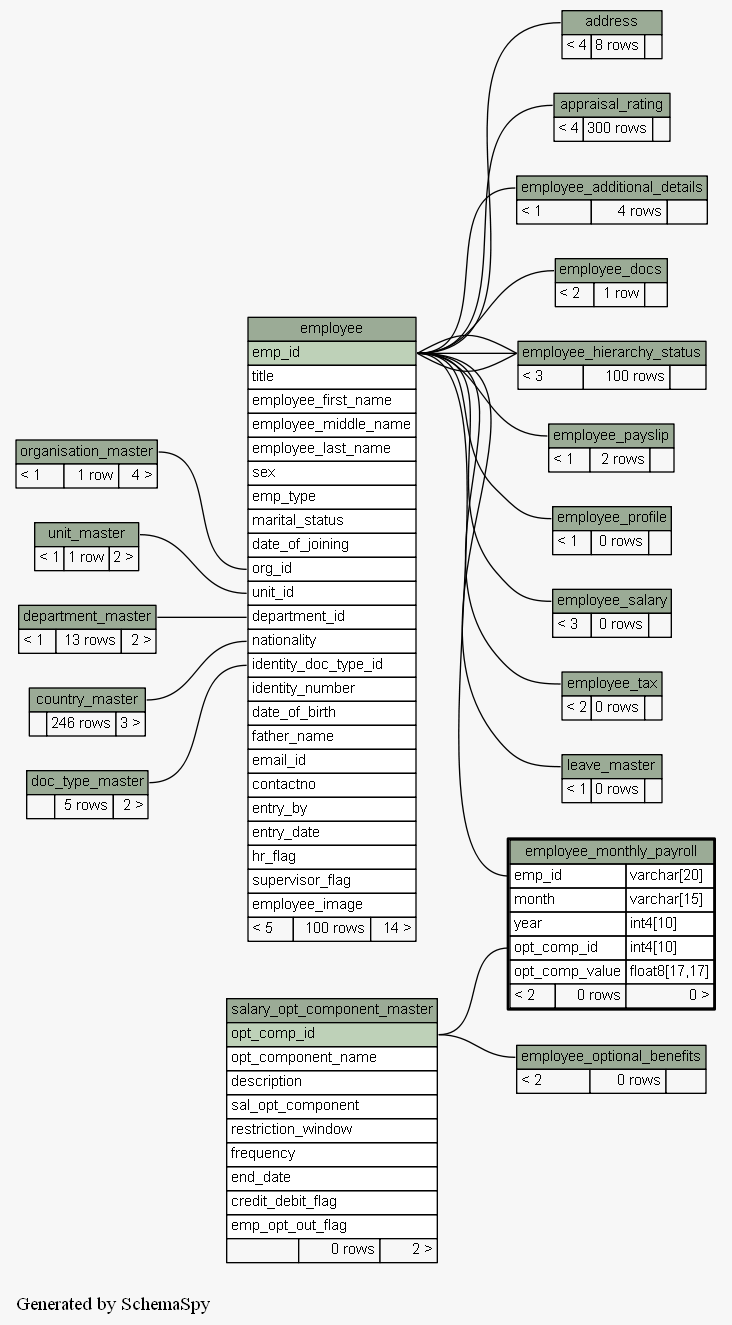
engineerscraft/hrms keeps this Graphviz diagram as docs/database/schemaspy/graphs/employee_monthly_payroll.2degrees.png. Above is the earlier version. Its source is kept beside it as docs/database/schemaspy/graphs/employee_monthly_payroll.1degree.dot.
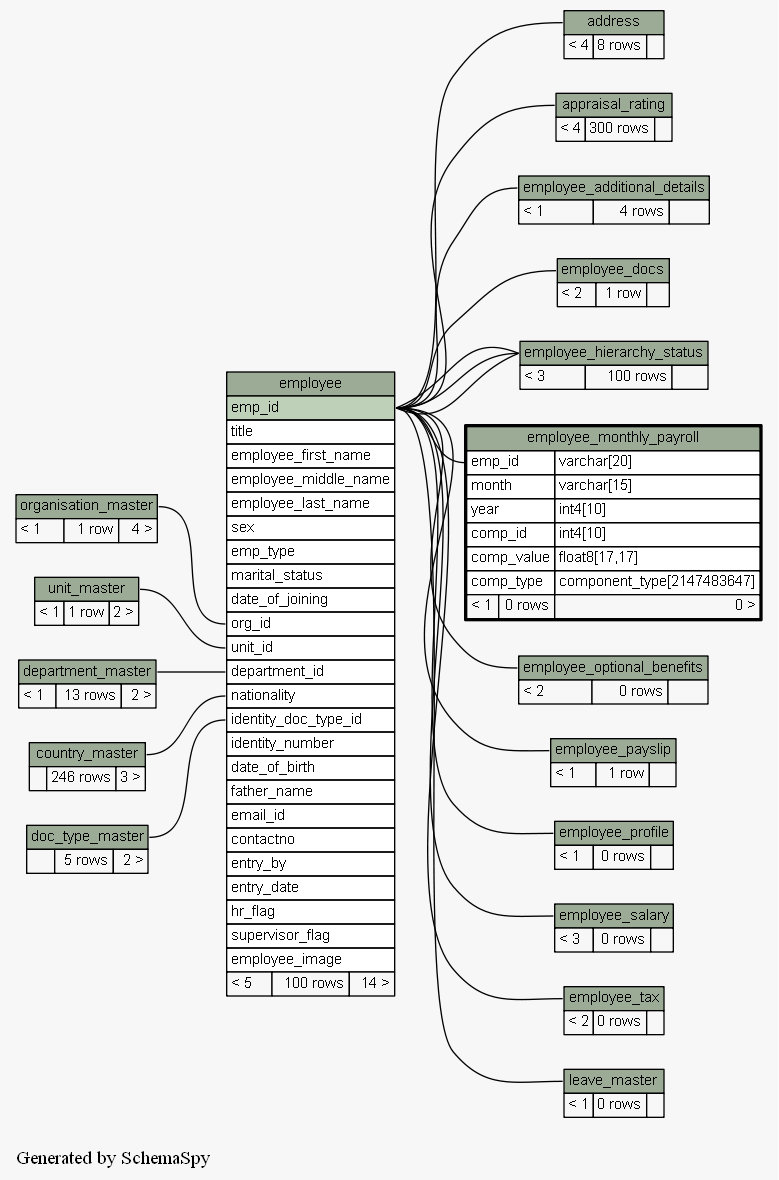
Above is the later version.

Change to the diagram source:
```diff
@@ -14,7 +14,6 @@
     arrowsize="0.8"
   ];
   "employee_monthly_payroll":"emp_id":w -> "employee":"emp_id":e [arrowtail=crowodot arrowhead=none];
-  "employee_monthly_payroll":"opt_comp_id":w -> "salary_opt_component_master":"opt_comp_id":e [arrowtail=crowodot arrowhead=none];
   "employee" [
     label=<
     <TABLE BORDER="0" CELLBORDER="1" CELLSPACING="0" BGCOLOR="#ffffff">
@@ -55,29 +54,12 @@
       <TR><TD PORT="emp_id" COLSPAN="2" ALIGN="LEFT">emp_id</TD><TD PORT="emp_id.type" ALIGN="LEFT">varchar[20]</TD></TR>
       <TR><TD PORT="month" COLSPAN="2" ALIGN="LEFT">month</TD><TD PORT="month.type" ALIGN="LEFT">varchar[15]</TD></TR>
       <TR><TD PORT="year" COLSPAN="2" ALIGN="LEFT">year</TD><TD PORT="year.type" ALIGN="LEFT">int4[10]</TD></TR>
-      <TR><TD PORT="opt_comp_id" COLSPAN="2" ALIGN="LEFT">opt_comp_id</TD><TD PORT="opt_comp_id.type" ALIGN="LEFT">int4[10]</TD></TR>
-      <TR><TD PORT="opt_comp_value" COLSPAN="2" ALIGN="LEFT">opt_comp_value</TD><TD PORT="opt_comp_value.type" ALIGN="LEFT">float8[17,17]</TD></TR>
-      <TR><TD ALIGN="LEFT" BGCOLOR="#f7f7f7">&lt; 2</TD><TD ALIGN="RIGHT" BGCOLOR="#f7f7f7">0 rows</TD><TD ALIGN="RIGHT" BGCOLOR="#f7f7f7">0 &gt;</TD></TR>
+      <TR><TD PORT="comp_id" COLSPAN="2" ALIGN="LEFT">comp_id</TD><TD PORT="comp_id.type" ALIGN="LEFT">int4[10]</TD></TR>
+      <TR><TD PORT="comp_value" COLSPAN="2" ALIGN="LEFT">comp_value</TD><TD PORT="comp_value.type" ALIGN="LEFT">float8[17,17]</TD></TR>
+      <TR><TD PORT="comp_type" COLSPAN="2" ALIGN="LEFT">comp_type</TD><TD PORT="comp_type.type" ALIGN="LEFT">component_type[2147483647]</TD></TR>
+      <TR><TD ALIGN="LEFT" BGCOLOR="#f7f7f7">&lt; 1</TD><TD ALIGN="RIGHT" BGCOLOR="#f7f7f7">0 rows</TD><TD ALIGN="RIGHT" BGCOLOR="#f7f7f7">0 &gt;</TD></TR>
     </TABLE>>
     URL="employee_monthly_payroll.html#"
     tooltip="employee_monthly_payroll"
   ];
-  "salary_opt_component_master" [
-    label=<
-    <TABLE BORDER="0" CELLBORDER="1" CELLSPACING="0" BGCOLOR="#ffffff">
-      <TR><TD PORT="salary_opt_component_master.heading" COLSPAN="3" BGCOLOR="#9bab96" ALIGN="CENTER">salary_opt_component_master</TD></TR>
-      <TR><TD PORT="opt_comp_id" COLSPAN="3" BGCOLOR="#bed1b8" ALIGN="LEFT">opt_comp_id</TD></TR>
-      <TR><TD PORT="opt_component_name" COLSPAN="3" ALIGN="LEFT">opt_component_name</TD></TR>
-      <TR><TD PORT="description" COLSPAN="3" ALIGN="LEFT">description</TD></TR>
-      <TR><TD PORT="sal_opt_component" COLSPAN="3" ALIGN="LEFT">sal_opt_component</TD></TR>
-      <TR><TD PORT="restriction_window" COLSPAN="3" ALIGN="LEFT">restriction_window</TD></TR>
-      <TR><TD PORT="frequency" COLSPAN="3" ALIGN="LEFT">frequency</TD></TR>
-      <TR><TD PORT="end_date" COLSPAN="3" ALIGN="LEFT">end_date</TD></TR>
-      <TR><TD PORT="credit_debit_flag" COLSPAN="3" ALIGN="LEFT">credit_debit_flag</TD></TR>
-      <TR><TD PORT="emp_opt_out_flag" COLSPAN="3" ALIGN="LEFT">emp_opt_out_flag</TD></TR>
-      <TR><TD ALIGN="LEFT" BGCOLOR="#f7f7f7">  </TD><TD ALIGN="RIGHT" BGCOLOR="#f7f7f7">0 rows</TD><TD ALIGN="RIGHT" BGCOLOR="#f7f7f7">2 &gt;</TD></TR>
-    </TABLE>>
-    URL="salary_opt_component_master.html#graph"
-    tooltip="salary_opt_component_master"
-  ];
 }
```
